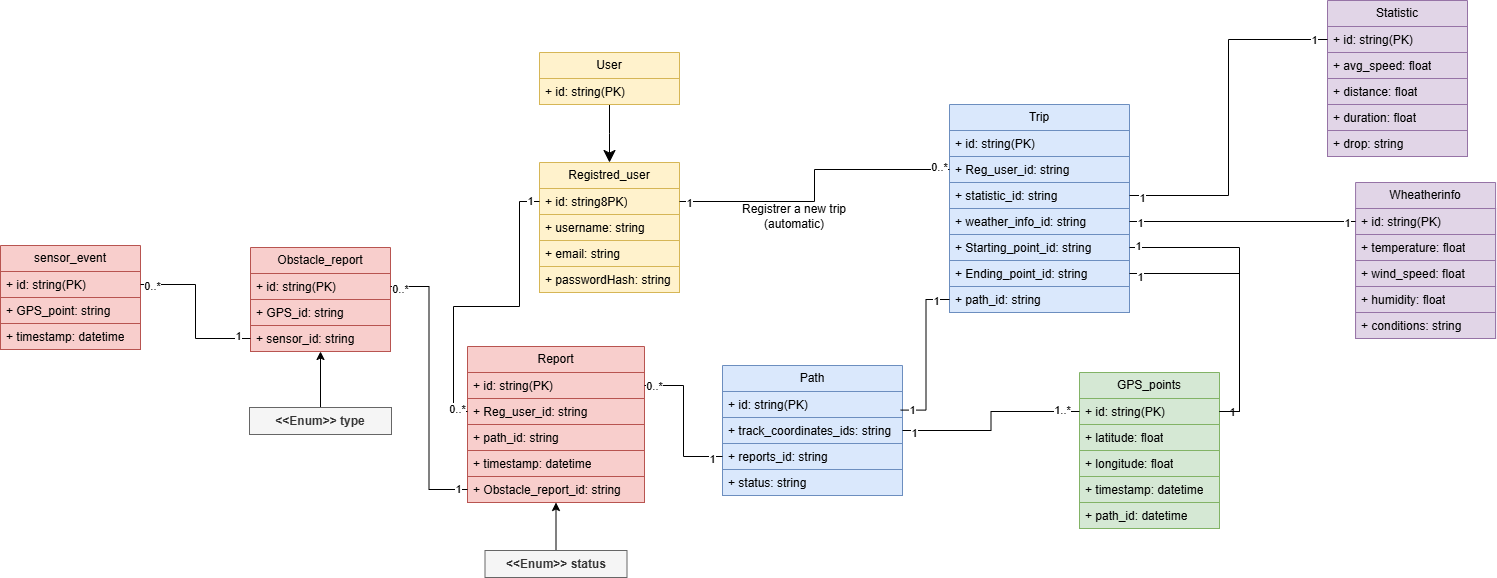
Before: RASD/LaTeXCode/images/UML_Class_Diagram.png, a diagram exported from draw.io (jacopobellosi/Bellosi-Montanelli-Tempobono). Source tidied: cells renumbered, new cells last; positions are measured from the earlier drawing's top-left corner, leaving out a move shared by most shapes.
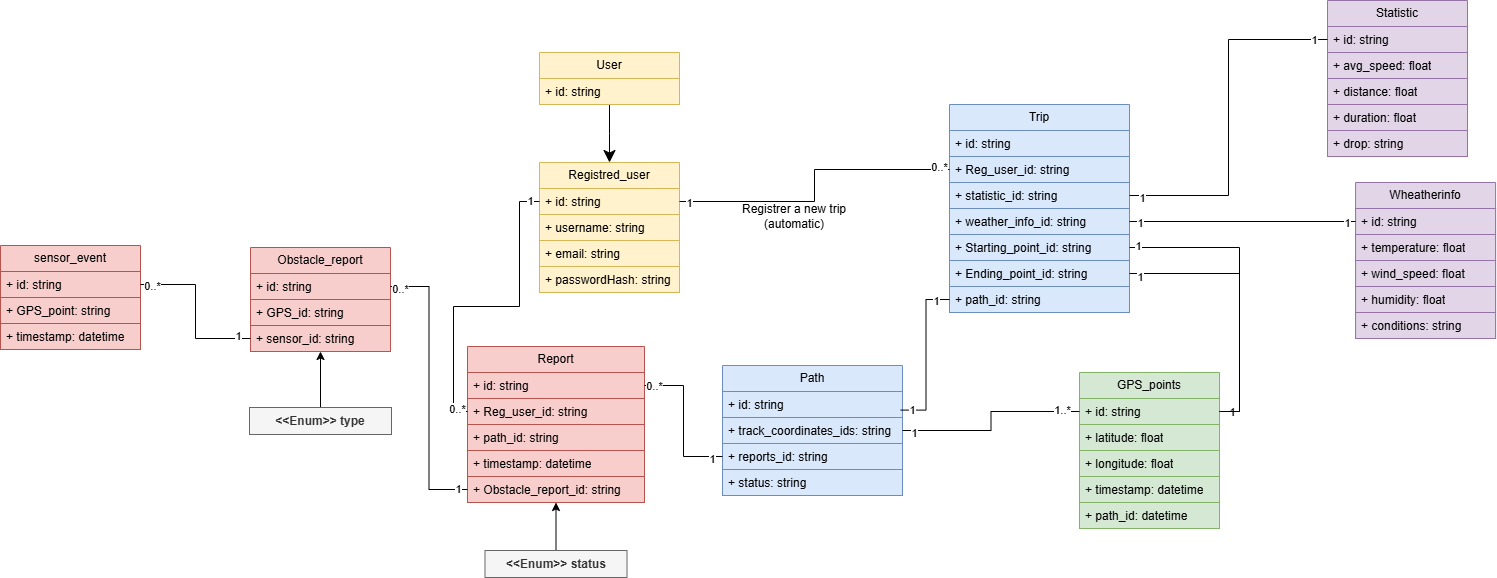
After the commit.

The edit, as a diff of the source:
```diff
@@ -8,13 +8,13 @@
     <mxCell id="3" value="User" style="swimlane;fontStyle=0;horizontal=1;startSize=26;fillColor=#fff2cc;whiteSpace=wrap;html=1;strokeColor=#d6b656;" parent="1" vertex="1">
       <mxGeometry x="539" y="52" width="140" height="52" as="geometry" />
     </mxCell>
-    <mxCell id="4" value="+ id: string(PK)" style="text;strokeColor=#d6b656;fillColor=#fff2cc;align=left;verticalAlign=top;spacingLeft=4;spacingRight=4;overflow=hidden;whiteSpace=wrap;html=1;" parent="3" vertex="1">
+    <mxCell id="4" value="+ id: string" style="text;strokeColor=#d6b656;fillColor=#fff2cc;align=left;verticalAlign=top;spacingLeft=4;spacingRight=4;overflow=hidden;whiteSpace=wrap;html=1;" parent="3" vertex="1">
       <mxGeometry y="26" width="140" height="26" as="geometry" />
     </mxCell>
     <mxCell id="5" value="Registred_user" style="swimlane;fontStyle=0;horizontal=1;startSize=26;fillColor=#fff2cc;whiteSpace=wrap;html=1;strokeColor=#d6b656;" parent="1" vertex="1">
       <mxGeometry x="539" y="162" width="140" height="130" as="geometry" />
     </mxCell>
-    <mxCell id="6" value="+ id: string8PK)" style="text;strokeColor=#d6b656;fillColor=#fff2cc;align=left;verticalAlign=top;spacingLeft=4;spacingRight=4;overflow=hidden;points=[[0,0.5],[1,0.5]];portConstraint=eastwest;whiteSpace=wrap;html=1;" parent="5" vertex="1">
+    <mxCell id="6" value="+ id: string" style="text;strokeColor=#d6b656;fillColor=#fff2cc;align=left;verticalAlign=top;spacingLeft=4;spacingRight=4;overflow=hidden;points=[[0,0.5],[1,0.5]];portConstraint=eastwest;whiteSpace=wrap;html=1;" parent="5" vertex="1">
       <mxGeometry y="26" width="140" height="26" as="geometry" />
     </mxCell>
     <mxCell id="7" value="+ username: string" style="text;strokeColor=#d6b656;fillColor=#fff2cc;align=left;verticalAlign=top;spacingLeft=4;spacingRight=4;overflow=hidden;whiteSpace=wrap;html=1;" parent="5" vertex="1">
@@ -29,7 +29,7 @@
     <mxCell id="10" value="Trip" style="swimlane;fontStyle=0;horizontal=1;startSize=26;fillColor=#dae8fc;whiteSpace=wrap;html=1;strokeColor=#6c8ebf;" parent="1" vertex="1">
       <mxGeometry x="949" y="104" width="180" height="208" as="geometry" />
     </mxCell>
-    <mxCell id="11" value="+ id: string(PK)" style="text;strokeColor=#6c8ebf;fillColor=#dae8fc;align=left;verticalAlign=top;spacingLeft=4;spacingRight=4;overflow=hidden;whiteSpace=wrap;html=1;" parent="10" vertex="1">
+    <mxCell id="11" value="+ id: string" style="text;strokeColor=#6c8ebf;fillColor=#dae8fc;align=left;verticalAlign=top;spacingLeft=4;spacingRight=4;overflow=hidden;whiteSpace=wrap;html=1;" parent="10" vertex="1">
       <mxGeometry y="26" width="180" height="26" as="geometry" />
     </mxCell>
     <mxCell id="12" value="+ Reg_user_id: string" style="text;strokeColor=#6c8ebf;fillColor=#dae8fc;align=left;verticalAlign=top;spacingLeft=4;spacingRight=4;overflow=hidden;points=[[0,0.5],[1,0.5]];portConstraint=eastwest;whiteSpace=wrap;html=1;" parent="10" vertex="1">
@@ -53,7 +53,7 @@
     <mxCell id="18" value="Path" style="swimlane;fontStyle=0;horizontal=1;startSize=26;fillColor=#dae8fc;whiteSpace=wrap;html=1;strokeColor=#6c8ebf;" parent="1" vertex="1">
       <mxGeometry x="722" y="365" width="180" height="130" as="geometry" />
     </mxCell>
-    <mxCell id="19" value="+ id: string(PK)" style="text;strokeColor=#6c8ebf;fillColor=#dae8fc;align=left;verticalAlign=top;spacingLeft=4;spacingRight=4;overflow=hidden;points=[[0,0.5],[1,0.5]];portConstraint=eastwest;whiteSpace=wrap;html=1;" parent="18" vertex="1">
+    <mxCell id="19" value="+ id: string" style="text;strokeColor=#6c8ebf;fillColor=#dae8fc;align=left;verticalAlign=top;spacingLeft=4;spacingRight=4;overflow=hidden;points=[[0,0.5],[1,0.5]];portConstraint=eastwest;whiteSpace=wrap;html=1;" parent="18" vertex="1">
       <mxGeometry y="26" width="180" height="26" as="geometry" />
     </mxCell>
     <mxCell id="20" value="+ track_coordinates_ids: string" style="text;strokeColor=#6c8ebf;fillColor=#dae8fc;align=left;verticalAlign=top;spacingLeft=4;spacingRight=4;overflow=hidden;points=[[0,0.5],[1,0.5]];portConstraint=eastwest;whiteSpace=wrap;html=1;" parent="18" vertex="1">
@@ -68,7 +68,7 @@
     <mxCell id="23" value="GPS_points" style="swimlane;fontStyle=0;horizontal=1;startSize=26;fillColor=#d5e8d4;whiteSpace=wrap;html=1;strokeColor=#82b366;" parent="1" vertex="1">
       <mxGeometry x="1079" y="372" width="140" height="156" as="geometry" />
     </mxCell>
-    <mxCell id="24" value="+ id: string(PK)" style="text;strokeColor=#82b366;fillColor=#d5e8d4;align=left;verticalAlign=top;spacingLeft=4;spacingRight=4;overflow=hidden;points=[[0,0.5],[1,0.5]];portConstraint=eastwest;whiteSpace=wrap;html=1;" parent="23" vertex="1">
+    <mxCell id="24" value="+ id: string" style="text;strokeColor=#82b366;fillColor=#d5e8d4;align=left;verticalAlign=top;spacingLeft=4;spacingRight=4;overflow=hidden;points=[[0,0.5],[1,0.5]];portConstraint=eastwest;whiteSpace=wrap;html=1;" parent="23" vertex="1">
       <mxGeometry y="26" width="140" height="26" as="geometry" />
     </mxCell>
     <mxCell id="25" value="+ latitude: float" style="text;strokeColor=#82b366;fillColor=#d5e8d4;align=left;verticalAlign=top;spacingLeft=4;spacingRight=4;overflow=hidden;whiteSpace=wrap;html=1;" parent="23" vertex="1">
@@ -86,7 +86,7 @@
     <mxCell id="29" value="Report" style="swimlane;fontStyle=0;horizontal=1;startSize=26;fillColor=#f8cecc;whiteSpace=wrap;html=1;strokeColor=#b85450;" parent="1" vertex="1">
       <mxGeometry x="467" y="346" width="177" height="156" as="geometry" />
     </mxCell>
-    <mxCell id="30" value="+ id: string(PK)" style="text;strokeColor=#b85450;fillColor=#f8cecc;align=left;verticalAlign=top;spacingLeft=4;spacingRight=4;overflow=hidden;points=[[0,0.5],[1,0.5]];portConstraint=eastwest;whiteSpace=wrap;html=1;" parent="29" vertex="1">
+    <mxCell id="30" value="+ id: string" style="text;strokeColor=#b85450;fillColor=#f8cecc;align=left;verticalAlign=top;spacingLeft=4;spacingRight=4;overflow=hidden;points=[[0,0.5],[1,0.5]];portConstraint=eastwest;whiteSpace=wrap;html=1;" parent="29" vertex="1">
       <mxGeometry y="26" width="177" height="26" as="geometry" />
     </mxCell>
     <mxCell id="31" value="+ Reg_user_id: string" style="text;strokeColor=#b85450;fillColor=#f8cecc;align=left;verticalAlign=top;spacingLeft=4;spacingRight=4;overflow=hidden;points=[[0,0.5],[1,0.5]];portConstraint=eastwest;whiteSpace=wrap;html=1;" parent="29" vertex="1">
@@ -104,7 +104,7 @@
     <mxCell id="35" value="Obstacle_report" style="swimlane;fontStyle=0;horizontal=1;startSize=26;fillColor=#f8cecc;whiteSpace=wrap;html=1;strokeColor=#b85450;" parent="1" vertex="1">
       <mxGeometry x="250" y="247" width="140" height="104" as="geometry" />
     </mxCell>
-    <mxCell id="36" value="+ id: string(PK)" style="text;strokeColor=#b85450;fillColor=#f8cecc;align=left;verticalAlign=top;spacingLeft=4;spacingRight=4;overflow=hidden;points=[[0,0.5],[1,0.5]];portConstraint=eastwest;whiteSpace=wrap;html=1;" parent="35" vertex="1">
+    <mxCell id="36" value="+ id: string" style="text;strokeColor=#b85450;fillColor=#f8cecc;align=left;verticalAlign=top;spacingLeft=4;spacingRight=4;overflow=hidden;points=[[0,0.5],[1,0.5]];portConstraint=eastwest;whiteSpace=wrap;html=1;" parent="35" vertex="1">
       <mxGeometry y="26" width="140" height="26" as="geometry" />
     </mxCell>
     <mxCell id="37" value="+ GPS_id: string" style="text;strokeColor=#b85450;fillColor=#f8cecc;align=left;verticalAlign=top;spacingLeft=4;spacingRight=4;overflow=hidden;whiteSpace=wrap;html=1;" parent="35" vertex="1">
@@ -116,7 +116,7 @@
     <mxCell id="39" value="sensor_event" style="swimlane;fontStyle=0;horizontal=1;startSize=26;fillColor=#f8cecc;whiteSpace=wrap;html=1;strokeColor=#b85450;" parent="1" vertex="1">
       <mxGeometry y="245" width="140" height="104" as="geometry" />
     </mxCell>
-    <mxCell id="40" value="+ id: string(PK)" style="text;strokeColor=#b85450;fillColor=#f8cecc;align=left;verticalAlign=top;spacingLeft=4;spacingRight=4;overflow=hidden;points=[[0,0.5],[1,0.5]];portConstraint=eastwest;whiteSpace=wrap;html=1;" parent="39" vertex="1">
+    <mxCell id="40" value="+ id: string" style="text;strokeColor=#b85450;fillColor=#f8cecc;align=left;verticalAlign=top;spacingLeft=4;spacingRight=4;overflow=hidden;points=[[0,0.5],[1,0.5]];portConstraint=eastwest;whiteSpace=wrap;html=1;" parent="39" vertex="1">
       <mxGeometry y="26" width="140" height="26" as="geometry" />
     </mxCell>
     <mxCell id="41" value="+ GPS_point: string" style="text;strokeColor=#b85450;fillColor=#f8cecc;align=left;verticalAlign=top;spacingLeft=4;spacingRight=4;overflow=hidden;whiteSpace=wrap;html=1;" parent="39" vertex="1">
@@ -128,7 +128,7 @@
     <mxCell id="43" value="Wheatherinfo" style="swimlane;fontStyle=0;horizontal=1;startSize=26;fillColor=#e1d5e7;whiteSpace=wrap;html=1;strokeColor=#9673a6;" parent="1" vertex="1">
       <mxGeometry x="1355.1" y="182" width="140" height="156" as="geometry" />
     </mxCell>
-    <mxCell id="44" value="+ id: string(PK)" style="text;strokeColor=#9673a6;fillColor=#e1d5e7;align=left;verticalAlign=top;spacingLeft=4;spacingRight=4;overflow=hidden;points=[[0,0.5],[1,0.5]];portConstraint=eastwest;whiteSpace=wrap;html=1;" parent="43" vertex="1">
+    <mxCell id="44" value="+ id: string" style="text;strokeColor=#9673a6;fillColor=#e1d5e7;align=left;verticalAlign=top;spacingLeft=4;spacingRight=4;overflow=hidden;points=[[0,0.5],[1,0.5]];portConstraint=eastwest;whiteSpace=wrap;html=1;" parent="43" vertex="1">
       <mxGeometry y="26" width="140" height="26" as="geometry" />
     </mxCell>
     <mxCell id="45" value="+ temperature: float&lt;div&gt;&lt;br&gt;&lt;/div&gt;" style="text;strokeColor=#9673a6;fillColor=#e1d5e7;align=left;verticalAlign=top;spacingLeft=4;spacingRight=4;overflow=hidden;whiteSpace=wrap;html=1;" parent="43" vertex="1">
@@ -155,7 +155,7 @@
     <mxCell id="52" value="Statistic" style="swimlane;fontStyle=0;horizontal=1;startSize=26;fillColor=#e1d5e7;whiteSpace=wrap;html=1;strokeColor=#9673a6;" parent="1" vertex="1">
       <mxGeometry x="1327" width="140" height="156" as="geometry" />
     </mxCell>
-    <mxCell id="53" value="+ id: string(PK)" style="text;strokeColor=#9673a6;fillColor=#e1d5e7;align=left;verticalAlign=top;spacingLeft=4;spacingRight=4;overflow=hidden;points=[[0,0.5],[1,0.5]];portConstraint=eastwest;whiteSpace=wrap;html=1;" parent="52" vertex="1">
+    <mxCell id="53" value="+ id: string" style="text;strokeColor=#9673a6;fillColor=#e1d5e7;align=left;verticalAlign=top;spacingLeft=4;spacingRight=4;overflow=hidden;points=[[0,0.5],[1,0.5]];portConstraint=eastwest;whiteSpace=wrap;html=1;" parent="52" vertex="1">
       <mxGeometry y="26" width="140" height="26" as="geometry" />
     </mxCell>
     <mxCell id="54" value="+ avg_speed: float&lt;div&gt;&lt;br&gt;&lt;/div&gt;" style="text;strokeColor=#9673a6;fillColor=#e1d5e7;align=left;verticalAlign=top;spacingLeft=4;spacingRight=4;overflow=hidden;whiteSpace=wrap;html=1;" parent="52" vertex="1">
```
